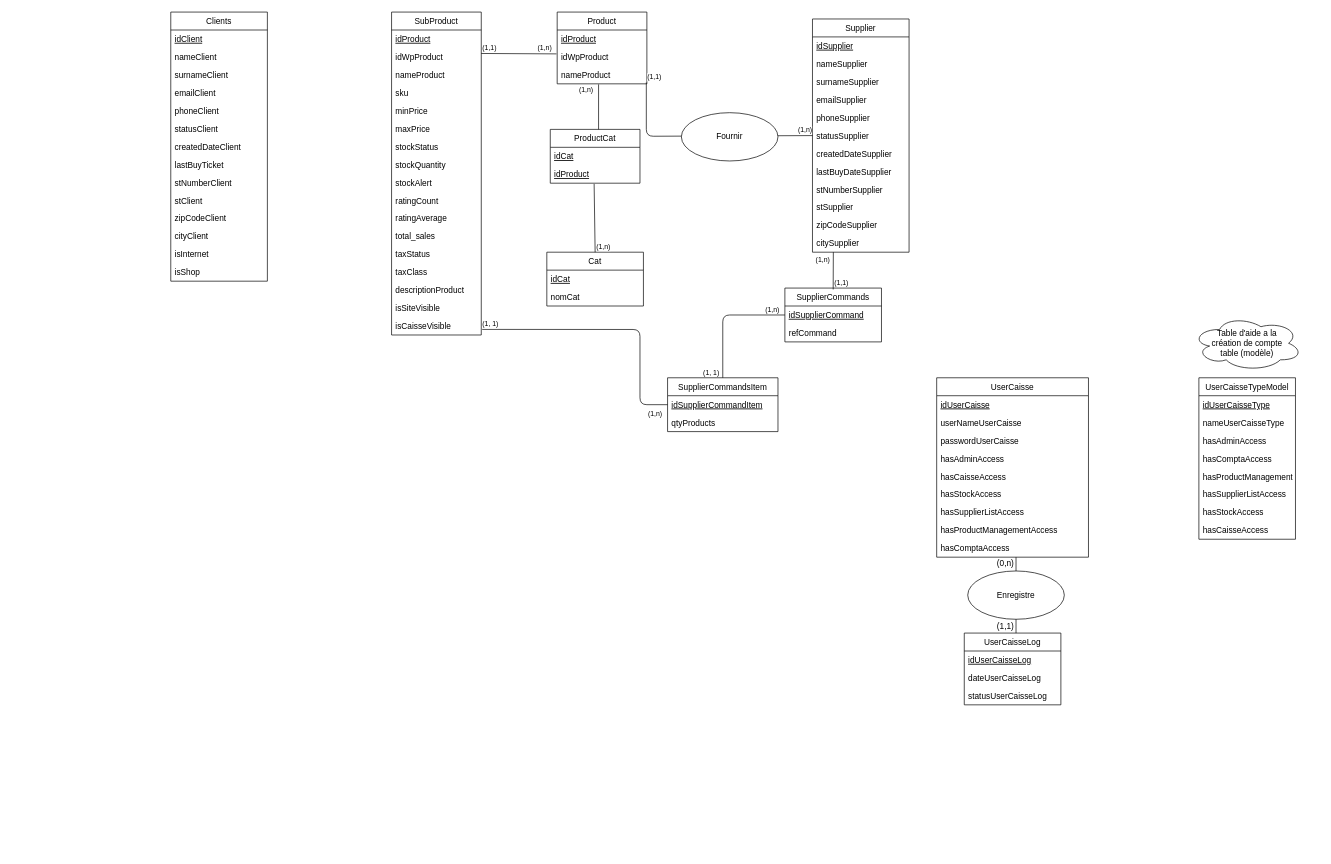
The draw.io diagram mcd-mld-TijaraShop-App/mcd-TijaraShop-app.drawio in RomualdLewandoski/Groupe6, before the edit. Source tidied: cells renumbered, new cells numbered last; positions are measured from the earlier drawing's top-left corner, leaving out a move shared by most shapes. Both pictures are drawn from the tidied source at 69%, with x=0, y=0 at pixel (170, 12).
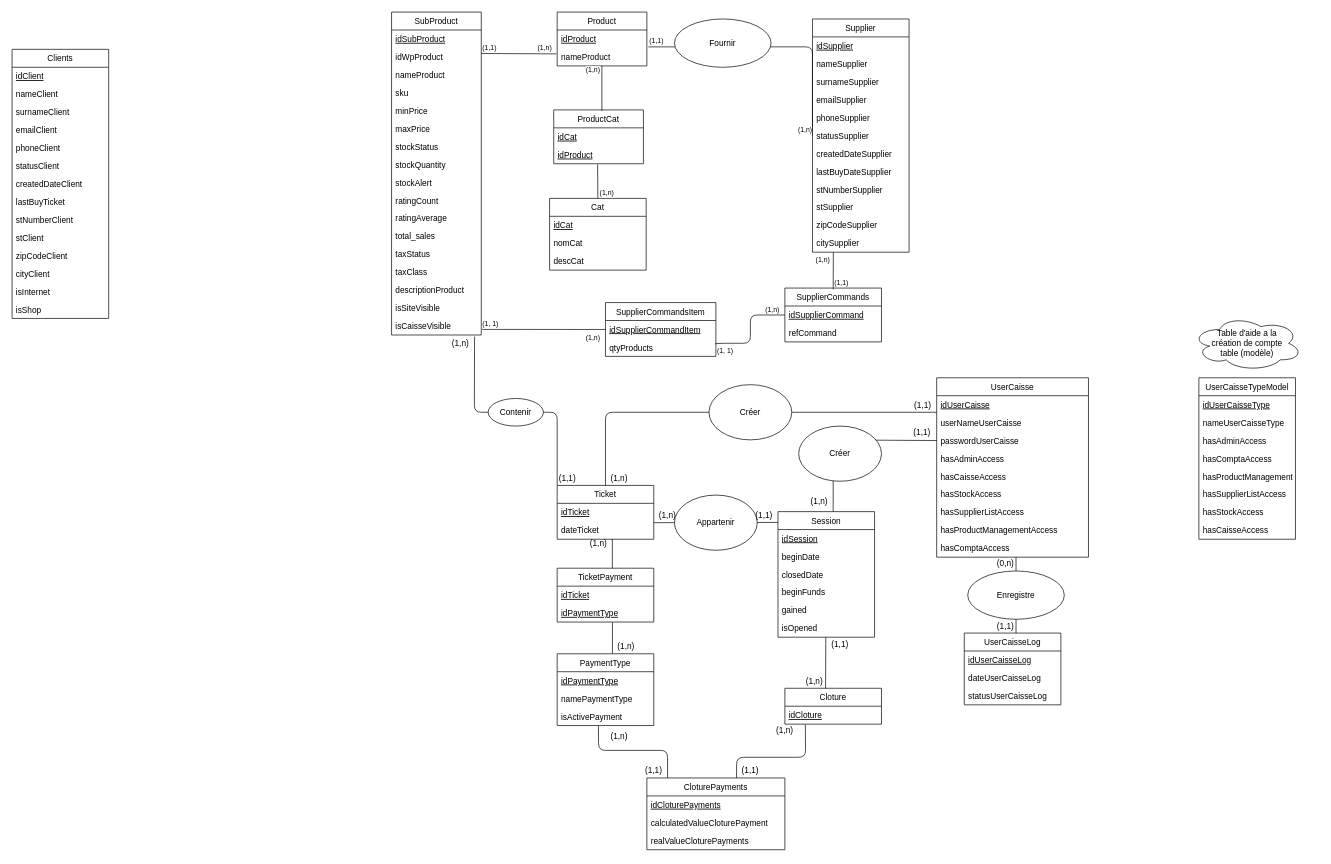
After the change.

Commit message (it also covers changes not shown here):
Edit personnal MCD work, and Finished SQL exercise

The change refers to these unchanged cells:
```xml
<mxCell id="12" value="statusSupplier" style="text;strokeColor=none;fillColor=none;align=left;verticalAlign=top;spacingLeft=4;spacingRight=4;overflow=hidden;points=[[0,0.5],[1,0.5]];portConstraint=eastwest;" parent="6" vertex="1">
  <mxGeometry y="156" width="140" height="26" as="geometry" />
</mxCell>
<mxCell id="41" value="passwordUserCaisse" style="text;strokeColor=none;fillColor=none;align=left;verticalAlign=top;spacingLeft=4;spacingRight=4;overflow=hidden;points=[[0,0.5],[1,0.5]];portConstraint=eastwest;" parent="38" vertex="1">
  <mxGeometry y="78" width="220" height="26" as="geometry" />
</mxCell>
<mxCell id="67" value="SubProduct" style="swimlane;fontStyle=0;horizontal=1;startSize=26;fillColor=none;" parent="1" vertex="1">
  <mxGeometry x="320" width="130" height="468" as="geometry" />
</mxCell>
<mxCell id="84" value="isCaisseVisible" style="text;strokeColor=none;fillColor=none;align=left;verticalAlign=top;spacingLeft=4;spacingRight=4;overflow=hidden;points=[[0,0.5],[1,0.5]];portConstraint=eastwest;" parent="67" vertex="1">
  <mxGeometry y="442" width="130" height="26" as="geometry" />
</mxCell>
<mxCell id="100" value="idSupplierCommand" style="text;strokeColor=none;fillColor=none;align=left;verticalAlign=top;spacingLeft=4;spacingRight=4;overflow=hidden;points=[[0,0.5],[1,0.5]];portConstraint=eastwest;fontStyle=4;" parent="99" vertex="1">
  <mxGeometry y="26" width="140" height="26" as="geometry" />
</mxCell>
<mxCell id="103" value="idSupplierCommandItem" style="text;strokeColor=none;fillColor=none;align=left;verticalAlign=top;spacingLeft=4;spacingRight=4;overflow=hidden;points=[[0,0.5],[1,0.5]];portConstraint=eastwest;fontStyle=4;" parent="102" vertex="1">
  <mxGeometry y="26" width="160" height="26" as="geometry" />
</mxCell>
<mxCell id="104" value="qtyProducts" style="text;strokeColor=none;fillColor=none;align=left;verticalAlign=top;spacingLeft=4;spacingRight=4;overflow=hidden;points=[[0,0.5],[1,0.5]];portConstraint=eastwest;" parent="102" vertex="1">
  <mxGeometry y="52" width="160" height="26" as="geometry" />
</mxCell>
```

Diff of the diagram source:
```diff
@@
     <mxCell id="2" value="Product" style="swimlane;fontStyle=0;horizontal=1;startSize=26;fillColor=none;" parent="1" vertex="1">
-      <mxGeometry x="560" width="130" height="104" as="geometry" />
+      <mxGeometry x="560" width="130" height="78" as="geometry" />
     </mxCell>
@@
-    <mxCell id="4" value="idWpProduct" style="text;strokeColor=none;fillColor=none;align=left;verticalAlign=top;spacingLeft=4;spacingRight=4;overflow=hidden;points=[[0,0.5],[1,0.5]];portConstraint=eastwest;" parent="2" vertex="1">
-      <mxGeometry y="52" width="130" height="26" as="geometry" />
-    </mxCell>
     <mxCell id="5" value="nameProduct" style="text;strokeColor=none;fillColor=none;align=left;verticalAlign=top;spacingLeft=4;spacingRight=4;overflow=hidden;points=[[0,0.5],[1,0.5]];portConstraint=eastwest;" parent="2" vertex="1">
-      <mxGeometry y="78" width="130" height="26" as="geometry" />
+      <mxGeometry y="52" width="130" height="26" as="geometry" />
     </mxCell>
@@
-    <mxCell id="19" style="endArrow=none;html=1;edgeStyle=orthogonalEdgeStyle;entryX=0;entryY=0.5;entryDx=0;entryDy=0;exitX=0.992;exitY=-0.069;exitDx=0;exitDy=0;exitPerimeter=0;" parent="1" edge="1" target="12">
+    <mxCell id="19" style="endArrow=none;html=1;edgeStyle=orthogonalEdgeStyle;entryX=0;entryY=0.5;entryDx=0;entryDy=0;exitX=1.017;exitY=-0.06;exitDx=0;exitDy=0;exitPerimeter=0;" parent="1" edge="1" source="5" target="12">
       <mxGeometry relative="1" as="geometry">
-        <mxPoint x="689.2" y="102" as="sourcePoint" />
         <Array as="points">
-          <mxPoint x="930" y="180" />
+          <mxPoint x="930" y="50" />
         </Array>
       </mxGeometry>
     </mxCell>
@@
     <mxCell id="22" value="Fournir" style="ellipse;whiteSpace=wrap;html=1;" parent="1" vertex="1">
-      <mxGeometry x="740" y="145.8" width="140" height="70" as="geometry" />
+      <mxGeometry x="730" y="10" width="140" height="70" as="geometry" />
     </mxCell>
     <mxCell id="23" value="Clients" style="swimlane;fontStyle=0;horizontal=1;startSize=26;fillColor=none;" parent="1" vertex="1">
-      <mxGeometry width="140" height="390" as="geometry" />
+      <mxGeometry x="-230" y="54" width="140" height="390" as="geometry" />
     </mxCell>
@@
-    <mxCell id="68" value="idProduct" style="text;strokeColor=none;fillColor=none;align=left;verticalAlign=top;spacingLeft=4;spacingRight=4;overflow=hidden;fontStyle=4;" parent="67" vertex="1">
+    <mxCell id="68" value="idSubProduct" style="text;strokeColor=none;fillColor=none;align=left;verticalAlign=top;spacingLeft=4;spacingRight=4;overflow=hidden;fontStyle=4;" parent="67" vertex="1">
       <mxGeometry y="26" width="130" height="26" as="geometry" />
     </mxCell>
@@
-    <mxCell id="85" style="endArrow=none;html=1;entryX=-0.008;entryY=0.33;entryDx=0;entryDy=0;entryPerimeter=0;" parent="1" edge="1" target="4">
+    <mxCell id="85" style="endArrow=none;html=1;entryX=-0.008;entryY=0.33;entryDx=0;entryDy=0;entryPerimeter=0;" parent="1" edge="1">
       <mxGeometry relative="1" as="geometry">
         <mxPoint x="450" y="60" as="sourcePoint" />
+        <mxPoint x="559" y="60.6" as="targetPoint" />
       </mxGeometry>
     </mxCell>
@@
     <mxCell id="88" value="ProductCat" style="swimlane;fontStyle=0;horizontal=1;startSize=26;fillColor=none;" parent="1" vertex="1">
-      <mxGeometry x="550" y="170" width="130" height="78" as="geometry" />
+      <mxGeometry x="555" y="141.8" width="130" height="78" as="geometry" />
     </mxCell>
@@
     <mxCell id="91" style="endArrow=none;html=1;" parent="1" edge="1">
       <mxGeometry relative="1" as="geometry">
-        <mxPoint x="620" y="170" as="sourcePoint" />
-        <mxPoint x="620" y="104.8" as="targetPoint" />
+        <mxPoint x="624.8" y="143.2" as="sourcePoint" />
+        <mxPoint x="624.8" y="78" as="targetPoint" />
       </mxGeometry>
     </mxCell>
     <mxCell id="92" value="(1,n)" style="html=1;align=left;verticalAlign=bottom;labelBackgroundColor=#ffffff;fontSize=10;" parent="1" vertex="1">
-      <mxGeometry x="590" y="120" as="geometry" />
+      <mxGeometry x="600" y="92" as="geometry" />
     </mxCell>
     <mxCell id="93" value="Cat" style="swimlane;fontStyle=0;horizontal=1;startSize=26;fillColor=none;" parent="1" vertex="1">
-      <mxGeometry x="545" y="348" width="140" height="78" as="geometry" />
+      <mxGeometry x="549" y="270" width="140" height="104" as="geometry" />
     </mxCell>
@@
+    <mxCell id="114" value="descCat" style="text;strokeColor=none;fillColor=none;align=left;verticalAlign=top;spacingLeft=4;spacingRight=4;overflow=hidden;" parent="93" vertex="1">
+      <mxGeometry y="78" width="140" height="26" as="geometry" />
+    </mxCell>
@@
     <mxCell id="97" value="(1,n)" style="html=1;align=left;verticalAlign=bottom;labelBackgroundColor=#ffffff;fontSize=10;direction=south;" parent="1" vertex="1">
-      <mxGeometry x="615" y="348" as="geometry" />
+      <mxGeometry x="620" y="270" as="geometry" />
     </mxCell>
@@
     <mxCell id="102" value="SupplierCommandsItem" style="swimlane;fontStyle=0;horizontal=1;startSize=26;fillColor=none;" parent="1" vertex="1">
-      <mxGeometry x="720" y="530" width="160" height="78" as="geometry" />
+      <mxGeometry x="630" y="421" width="160" height="78" as="geometry" />
     </mxCell>
@@
-    <mxCell id="105" style="endArrow=none;html=1;entryX=0;entryY=0.5;entryDx=0;entryDy=0;" parent="1" edge="1" target="100">
+    <mxCell id="105" style="endArrow=none;html=1;entryX=0;entryY=0.5;entryDx=0;entryDy=0;exitX=0.995;exitY=0.292;exitDx=0;exitDy=0;exitPerimeter=0;" parent="1" edge="1" source="104" target="100">
       <mxGeometry relative="1" as="geometry">
-        <mxPoint x="800" y="530" as="sourcePoint" />
         <Array as="points">
-          <mxPoint x="800" y="439" />
+          <mxPoint x="800" y="480" />
+          <mxPoint x="840" y="480" />
+          <mxPoint x="840" y="439" />
         </Array>
       </mxGeometry>
     </mxCell>
@@
     <mxCell id="107" value="(1, 1)" style="html=1;align=left;verticalAlign=bottom;labelBackgroundColor=#ffffff;fontSize=10;direction=south;" parent="1" vertex="1">
-      <mxGeometry x="770" y="530" as="geometry" />
+      <mxGeometry x="790" y="499" as="geometry" />
     </mxCell>
     <mxCell id="108" style="endArrow=none;html=1;entryX=0;entryY=0.5;entryDx=0;entryDy=0;exitX=1.01;exitY=0.688;exitDx=0;exitDy=0;exitPerimeter=0;" parent="1" edge="1" source="84" target="103">
       <mxGeometry relative="1" as="geometry">
         <Array as="points">
-          <mxPoint x="680" y="460" />
-          <mxPoint x="680" y="569" />
+          <mxPoint x="580" y="460" />
         </Array>
       </mxGeometry>
     </mxCell>
@@
     <mxCell id="110" value="(1,n)" style="html=1;align=left;verticalAlign=bottom;labelBackgroundColor=#ffffff;fontSize=10;direction=south;" parent="1" vertex="1">
-      <mxGeometry x="690" y="590" as="geometry" />
+      <mxGeometry x="600" y="480" as="geometry" />
     </mxCell>
@@
+    <mxCell id="115" value="Session" style="swimlane;fontStyle=0;horizontal=1;startSize=26;fillColor=none;" parent="1" vertex="1">
+      <mxGeometry x="880" y="724" width="140" height="182" as="geometry" />
+    </mxCell>
+    <mxCell id="116" value="idSession" style="text;strokeColor=none;fillColor=none;align=left;verticalAlign=top;spacingLeft=4;spacingRight=4;overflow=hidden;fontStyle=4;" parent="115" vertex="1">
+      <mxGeometry y="26" width="140" height="26" as="geometry" />
+    </mxCell>
+    <mxCell id="117" value="beginDate" style="text;strokeColor=none;fillColor=none;align=left;verticalAlign=top;spacingLeft=4;spacingRight=4;overflow=hidden;" parent="115" vertex="1">
+      <mxGeometry y="52" width="140" height="26" as="geometry" />
+    </mxCell>
+    <mxCell id="118" value="closedDate" style="text;strokeColor=none;fillColor=none;align=left;verticalAlign=top;spacingLeft=4;spacingRight=4;overflow=hidden;" parent="115" vertex="1">
+      <mxGeometry y="78" width="140" height="26" as="geometry" />
+    </mxCell>
+    <mxCell id="119" value="beginFunds" style="text;strokeColor=none;fillColor=none;align=left;verticalAlign=top;spacingLeft=4;spacingRight=4;overflow=hidden;" parent="115" vertex="1">
+      <mxGeometry y="104" width="140" height="26" as="geometry" />
+    </mxCell>
+    <mxCell id="120" value="gained" style="text;strokeColor=none;fillColor=none;align=left;verticalAlign=top;spacingLeft=4;spacingRight=4;overflow=hidden;" parent="115" vertex="1">
+      <mxGeometry y="130" width="140" height="26" as="geometry" />
+    </mxCell>
+    <mxCell id="121" value="isOpened" style="text;strokeColor=none;fillColor=none;align=left;verticalAlign=top;spacingLeft=4;spacingRight=4;overflow=hidden;points=[[0,0.5],[1,0.5]];portConstraint=eastwest;" parent="115" vertex="1">
+      <mxGeometry y="156" width="140" height="26" as="geometry" />
+    </mxCell>
+    <mxCell id="122" style="endArrow=none;html=1;entryX=0;entryY=0.5;entryDx=0;entryDy=0;" parent="1" edge="1" target="41">
+      <mxGeometry relative="1" as="geometry">
+        <mxPoint x="960" y="724" as="sourcePoint" />
+        <Array as="points">
+          <mxPoint x="960" y="620" />
+        </Array>
+      </mxGeometry>
+    </mxCell>
+    <mxCell id="123" value="(1,n)" style="text;html=1;strokeColor=none;fillColor=none;align=center;verticalAlign=middle;whiteSpace=wrap;rounded=0;" parent="1" vertex="1">
+      <mxGeometry x="920" y="700" width="40" height="20" as="geometry" />
+    </mxCell>
+    <mxCell id="124" value="(1,1)" style="text;html=1;strokeColor=none;fillColor=none;align=center;verticalAlign=middle;whiteSpace=wrap;rounded=0;" parent="1" vertex="1">
+      <mxGeometry x="1068.6" y="600" width="40" height="20" as="geometry" />
+    </mxCell>
+    <mxCell id="125" value="Ticket" style="swimlane;fontStyle=0;horizontal=1;startSize=26;fillColor=none;" parent="1" vertex="1">
+      <mxGeometry x="560" y="686" width="140" height="78" as="geometry" />
+    </mxCell>
+    <mxCell id="126" value="idTicket" style="text;strokeColor=none;fillColor=none;align=left;verticalAlign=top;spacingLeft=4;spacingRight=4;overflow=hidden;fontStyle=4;" parent="125" vertex="1">
+      <mxGeometry y="26" width="140" height="26" as="geometry" />
+    </mxCell>
+    <mxCell id="127" value="dateTicket" style="text;strokeColor=none;fillColor=none;align=left;verticalAlign=top;spacingLeft=4;spacingRight=4;overflow=hidden;points=[[0,0.5],[1,0.5]];portConstraint=eastwest;" parent="125" vertex="1">
+      <mxGeometry y="52" width="140" height="26" as="geometry" />
+    </mxCell>
+    <mxCell id="128" style="endArrow=none;html=1;entryX=1;entryY=1;entryDx=0;entryDy=0;" parent="1" edge="1" source="131" target="135">
+      <mxGeometry relative="1" as="geometry" />
+    </mxCell>
+    <mxCell id="129" style="endArrow=none;html=1;entryX=0.001;entryY=0.086;entryDx=0;entryDy=0;entryPerimeter=0;" parent="1" edge="1" target="115">
+      <mxGeometry relative="1" as="geometry">
+        <mxPoint x="700" y="740" as="sourcePoint" />
+      </mxGeometry>
+    </mxCell>
+    <mxCell id="130" style="endArrow=none;html=1;exitX=0;exitY=0;exitDx=0;exitDy=0;entryX=0.925;entryY=1.086;entryDx=0;entryDy=0;entryPerimeter=0;" parent="1" edge="1" source="125" target="84">
+      <mxGeometry relative="1" as="geometry">
+        <Array as="points">
+          <mxPoint x="560" y="580" />
+          <mxPoint x="440" y="580" />
+        </Array>
+      </mxGeometry>
+    </mxCell>
+    <mxCell id="131" value="Créer" style="ellipse;whiteSpace=wrap;html=1;" parent="1" vertex="1">
+      <mxGeometry x="780" y="540" width="120" height="80" as="geometry" />
+    </mxCell>
+    <mxCell id="132" style="endArrow=none;html=1;" parent="1" edge="1" target="131">
+      <mxGeometry relative="1" as="geometry">
+        <mxPoint x="630" y="686" as="sourcePoint" />
+        <Array as="points">
+          <mxPoint x="630" y="580" />
+        </Array>
+      </mxGeometry>
+    </mxCell>
+    <mxCell id="133" value="Appartenir" style="ellipse;whiteSpace=wrap;html=1;" parent="1" vertex="1">
+      <mxGeometry x="730" y="700" width="120" height="80" as="geometry" />
+    </mxCell>
+    <mxCell id="134" value="Contenir" style="ellipse;whiteSpace=wrap;html=1;" parent="1" vertex="1">
+      <mxGeometry x="460" y="560" width="80" height="40" as="geometry" />
+    </mxCell>
+    <mxCell id="135" value="(1,1)" style="text;html=1;strokeColor=none;fillColor=none;align=center;verticalAlign=middle;whiteSpace=wrap;rounded=0;" parent="1" vertex="1">
+      <mxGeometry x="1070" y="560" width="40" height="20" as="geometry" />
+    </mxCell>
+    <mxCell id="136" value="(1,n)" style="text;html=1;strokeColor=none;fillColor=none;align=center;verticalAlign=middle;whiteSpace=wrap;rounded=0;" parent="1" vertex="1">
+      <mxGeometry x="630" y="666" width="40" height="20" as="geometry" />
+    </mxCell>
+    <mxCell id="137" value="(1,n)" style="text;html=1;strokeColor=none;fillColor=none;align=center;verticalAlign=middle;whiteSpace=wrap;rounded=0;" parent="1" vertex="1">
+      <mxGeometry x="700" y="720" width="40" height="20" as="geometry" />
+    </mxCell>
+    <mxCell id="138" value="(1,1)" style="text;html=1;strokeColor=none;fillColor=none;align=center;verticalAlign=middle;whiteSpace=wrap;rounded=0;" parent="1" vertex="1">
+      <mxGeometry x="840" y="720" width="40" height="20" as="geometry" />
+    </mxCell>
+    <mxCell id="139" value="(1,n)" style="text;html=1;strokeColor=none;fillColor=none;align=center;verticalAlign=middle;whiteSpace=wrap;rounded=0;" parent="1" vertex="1">
+      <mxGeometry x="400" y="470" width="40" height="20" as="geometry" />
+    </mxCell>
+    <mxCell id="140" value="(1,1)" style="text;html=1;strokeColor=none;fillColor=none;align=center;verticalAlign=middle;whiteSpace=wrap;rounded=0;" parent="1" vertex="1">
+      <mxGeometry x="555" y="666" width="40" height="20" as="geometry" />
+    </mxCell>
+    <mxCell id="141" value="PaymentType" style="swimlane;fontStyle=0;horizontal=1;startSize=26;fillColor=none;" parent="1" vertex="1">
+      <mxGeometry x="560" y="930" width="140" height="104" as="geometry" />
+    </mxCell>
+    <mxCell id="142" value="idPaymentType" style="text;strokeColor=none;fillColor=none;align=left;verticalAlign=top;spacingLeft=4;spacingRight=4;overflow=hidden;fontStyle=4;" parent="141" vertex="1">
+      <mxGeometry y="26" width="140" height="26" as="geometry" />
+    </mxCell>
+    <mxCell id="143" value="namePaymentType" style="text;strokeColor=none;fillColor=none;align=left;verticalAlign=top;spacingLeft=4;spacingRight=4;overflow=hidden;" parent="141" vertex="1">
+      <mxGeometry y="52" width="140" height="26" as="geometry" />
+    </mxCell>
+    <mxCell id="144" value="isActivePayment" style="text;strokeColor=none;fillColor=none;align=left;verticalAlign=top;spacingLeft=4;spacingRight=4;overflow=hidden;points=[[0,0.5],[1,0.5]];portConstraint=eastwest;" parent="141" vertex="1">
+      <mxGeometry y="78" width="140" height="26" as="geometry" />
+    </mxCell>
+    <mxCell id="145" value="TicketPayment" style="swimlane;fontStyle=0;horizontal=1;startSize=26;fillColor=none;" parent="1" vertex="1">
+      <mxGeometry x="560" y="806" width="140" height="78" as="geometry" />
+    </mxCell>
+    <mxCell id="146" value="idTicket" style="text;strokeColor=none;fillColor=none;align=left;verticalAlign=top;spacingLeft=4;spacingRight=4;overflow=hidden;fontStyle=4;" parent="145" vertex="1">
+      <mxGeometry y="26" width="140" height="26" as="geometry" />
+    </mxCell>
+    <mxCell id="147" value="idPaymentType" style="text;strokeColor=none;fillColor=none;align=left;verticalAlign=top;spacingLeft=4;spacingRight=4;overflow=hidden;points=[[0,0.5],[1,0.5]];portConstraint=eastwest;fontStyle=4;" parent="145" vertex="1">
+      <mxGeometry y="52" width="140" height="26" as="geometry" />
+    </mxCell>
+    <mxCell id="148" style="endArrow=none;html=1;exitX=0.571;exitY=-0.002;exitDx=0;exitDy=0;exitPerimeter=0;entryX=0.571;entryY=0.989;entryDx=0;entryDy=0;entryPerimeter=0;" parent="1" edge="1" source="145" target="127">
+      <mxGeometry relative="1" as="geometry" />
+    </mxCell>
+    <mxCell id="149" style="endArrow=none;html=1;exitX=0.572;exitY=-0.003;exitDx=0;exitDy=0;exitPerimeter=0;entryX=0.572;entryY=1.014;entryDx=0;entryDy=0;entryPerimeter=0;" parent="1" edge="1" source="141" target="147">
+      <mxGeometry relative="1" as="geometry" />
+    </mxCell>
+    <mxCell id="150" value="(1,n)" style="text;html=1;strokeColor=none;fillColor=none;align=center;verticalAlign=middle;whiteSpace=wrap;rounded=0;" parent="1" vertex="1">
+      <mxGeometry x="600" y="760" width="40" height="20" as="geometry" />
+    </mxCell>
+    <mxCell id="151" value="(1,n)" style="text;html=1;strokeColor=none;fillColor=none;align=center;verticalAlign=middle;whiteSpace=wrap;rounded=0;" parent="1" vertex="1">
+      <mxGeometry x="640" y="910" width="40" height="20" as="geometry" />
+    </mxCell>
+    <mxCell id="152" value="Cloture" style="swimlane;fontStyle=0;horizontal=1;startSize=26;fillColor=none;" parent="1" vertex="1">
+      <mxGeometry x="890" y="980" width="140" height="52" as="geometry" />
+    </mxCell>
+    <mxCell id="153" value="idCloture" style="text;strokeColor=none;fillColor=none;align=left;verticalAlign=top;spacingLeft=4;spacingRight=4;overflow=hidden;points=[[0,0.5],[1,0.5]];portConstraint=eastwest;fontStyle=4;" parent="152" vertex="1">
+      <mxGeometry y="26" width="140" height="26" as="geometry" />
+    </mxCell>
+    <mxCell id="154" value="CloturePayments" style="swimlane;fontStyle=0;horizontal=1;startSize=26;fillColor=none;" parent="1" vertex="1">
+      <mxGeometry x="690" y="1110" width="200" height="104" as="geometry" />
+    </mxCell>
+    <mxCell id="155" value="idCloturePayments" style="text;strokeColor=none;fillColor=none;align=left;verticalAlign=top;spacingLeft=4;spacingRight=4;overflow=hidden;fontStyle=4;" parent="154" vertex="1">
+      <mxGeometry y="26" width="200" height="26" as="geometry" />
+    </mxCell>
+    <mxCell id="156" value="calculatedValueCloturePayment" style="text;strokeColor=none;fillColor=none;align=left;verticalAlign=top;spacingLeft=4;spacingRight=4;overflow=hidden;" parent="154" vertex="1">
+      <mxGeometry y="52" width="200" height="26" as="geometry" />
+    </mxCell>
+    <mxCell id="157" value="realValueCloturePayments" style="text;strokeColor=none;fillColor=none;align=left;verticalAlign=top;spacingLeft=4;spacingRight=4;overflow=hidden;" parent="154" vertex="1">
+      <mxGeometry y="78" width="200" height="26" as="geometry" />
+    </mxCell>
+    <mxCell id="158" style="endArrow=none;html=1;entryX=0.427;entryY=1.014;entryDx=0;entryDy=0;entryPerimeter=0;" parent="1" edge="1" target="144">
+      <mxGeometry relative="1" as="geometry">
+        <mxPoint x="720" y="1110" as="sourcePoint" />
+        <Array as="points">
+          <mxPoint x="720" y="1070" />
+          <mxPoint x="620" y="1070" />
+        </Array>
+      </mxGeometry>
+    </mxCell>
+    <mxCell id="159" style="endArrow=none;html=1;entryX=0.212;entryY=1.021;entryDx=0;entryDy=0;entryPerimeter=0;" parent="1" edge="1" target="153">
+      <mxGeometry relative="1" as="geometry">
+        <mxPoint x="820" y="1110" as="sourcePoint" />
+        <Array as="points">
+          <mxPoint x="820" y="1080" />
+          <mxPoint x="920" y="1080" />
+        </Array>
+      </mxGeometry>
+    </mxCell>
+    <mxCell id="160" value="(1,n)" style="text;html=1;strokeColor=none;fillColor=none;align=center;verticalAlign=middle;whiteSpace=wrap;rounded=0;" parent="1" vertex="1">
+      <mxGeometry x="630" y="1040" width="40" height="20" as="geometry" />
+    </mxCell>
+    <mxCell id="161" value="(1,1)" style="text;html=1;strokeColor=none;fillColor=none;align=center;verticalAlign=middle;whiteSpace=wrap;rounded=0;" parent="1" vertex="1">
+      <mxGeometry x="680" y="1090" width="40" height="20" as="geometry" />
+    </mxCell>
+    <mxCell id="162" value="(1,n)" style="text;html=1;strokeColor=none;fillColor=none;align=center;verticalAlign=middle;whiteSpace=wrap;rounded=0;" parent="1" vertex="1">
+      <mxGeometry x="870" y="1032" width="40" height="20" as="geometry" />
+    </mxCell>
+    <mxCell id="163" value="(1,1)" style="text;html=1;strokeColor=none;fillColor=none;align=center;verticalAlign=middle;whiteSpace=wrap;rounded=0;" parent="1" vertex="1">
+      <mxGeometry x="820" y="1090" width="40" height="20" as="geometry" />
+    </mxCell>
+    <mxCell id="164" style="endArrow=none;html=1;entryX=0.495;entryY=1.004;entryDx=0;entryDy=0;entryPerimeter=0;" parent="1" edge="1" target="121">
+      <mxGeometry relative="1" as="geometry">
+        <mxPoint x="949" y="980" as="sourcePoint" />
+      </mxGeometry>
+    </mxCell>
+    <mxCell id="165" value="(1,n)" style="text;html=1;strokeColor=none;fillColor=none;align=center;verticalAlign=middle;whiteSpace=wrap;rounded=0;" parent="1" vertex="1">
+      <mxGeometry x="913.3" y="960" width="40" height="20" as="geometry" />
+    </mxCell>
+    <mxCell id="166" value="(1,1)" style="text;html=1;strokeColor=none;fillColor=none;align=center;verticalAlign=middle;whiteSpace=wrap;rounded=0;" parent="1" vertex="1">
+      <mxGeometry x="950" y="906" width="40" height="20" as="geometry" />
+    </mxCell>
+    <mxCell id="167" value="Créer" style="ellipse;whiteSpace=wrap;html=1;" parent="1" vertex="1">
+      <mxGeometry x="910" y="600" width="120" height="80" as="geometry" />
+    </mxCell>
```
